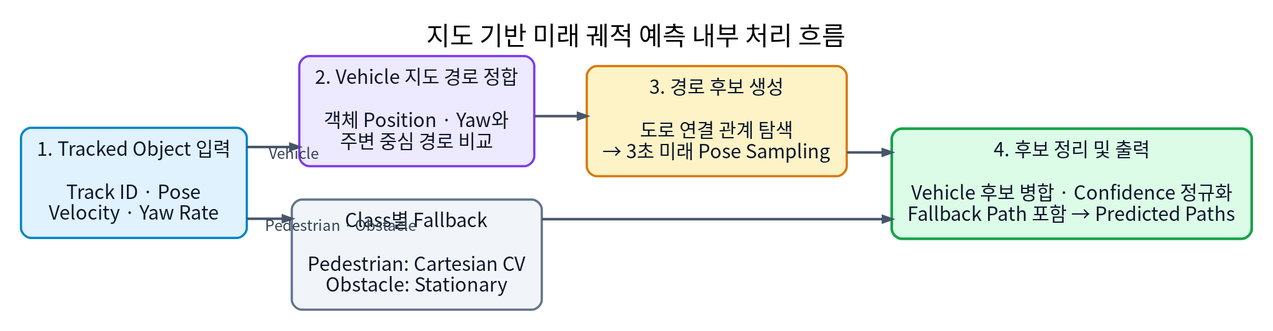
2026-Ajou-AutoRacing-Study/AjouNice2026 keeps this Graphviz diagram as docs/assets/research_report/map_based_prediction_flow.png. Above is the earlier version. Its source is kept beside it as docs/assets/research_report/map_based_prediction_flow.dot. The source it was exported from:
```dot
digraph MapBasedPredictionFlow {
  graph [
    rankdir=LR,
    bgcolor="white",
    pad="0.35",
    nodesep="0.55",
    ranksep="0.75",
    splines=ortho,
    fontname="Noto Sans CJK KR",
    fontsize=31,
    labelloc=t,
    label="지도 기반 미래 궤적 예측 내부 처리 흐름"
  ];

  node [
    shape=box,
    style="rounded,filled",
    penwidth=2.7,
    margin="0.27,0.21",
    fontname="Noto Sans CJK KR",
    fontsize=23,
    color="#334155",
    fontcolor="#0F172A"
  ];

  edge [
    color="#475569",
    penwidth=3.0,
    arrowsize=1.05,
    fontname="Noto Sans CJK KR",
    fontsize=18,
    fontcolor="#334155"
  ];

  tracked [
    label="1. Tracked Object 입력\n\nTrack ID · Pose\nVelocity · Yaw Rate",
    fillcolor="#E0F2FE",
    color="#0284C7"
  ];

  matching [
    label="2. Vehicle 지도 경로 정합\n\n객체 Position · Yaw와\n주변 중심 경로 비교",
    fillcolor="#EDE9FE",
    color="#7C3AED"
  ];

  fallback [
    label="Class별 Fallback\n\nPedestrian: Cartesian CV\nObstacle: Stationary",
    fillcolor="#F1F5F9",
    color="#64748B"
  ];

  generation [
    label="3. 경로 후보 생성\n\n도로 연결 관계 탐색\n→ 3초 미래 Pose Sampling",
    fillcolor="#FEF3C7",
    color="#D97706"
  ];

  output [
    label="4. 후보 정리 및 출력\n\nVehicle 후보 병합 · Confidence 정규화\nFallback Path 포함 → Predicted Paths",
    fillcolor="#DCFCE7",
    color="#16A34A",
    penwidth=3.2
  ];

  tracked -> matching [xlabel="Vehicle"];
  tracked -> fallback [xlabel="Pedestrian · Obstacle"];
  matching -> generation;
  generation -> output;
  fallback -> output;

  {rank=same; matching; fallback;}
}
```
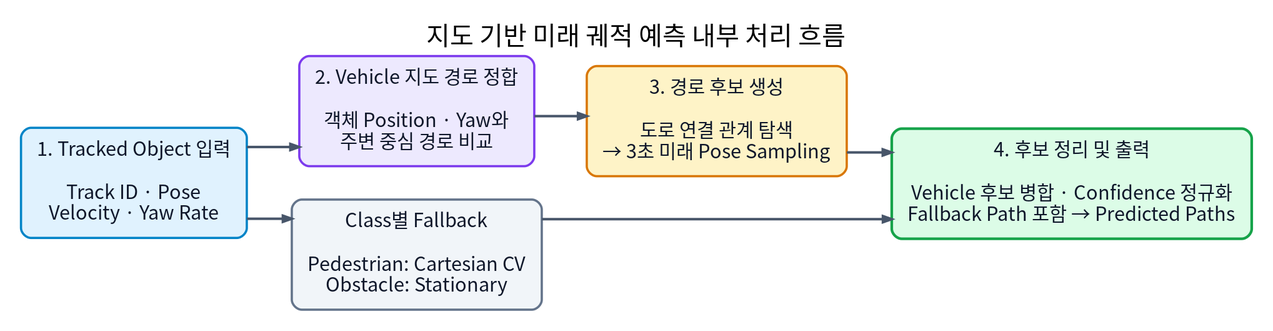
After the change.

Commit message:
docs: clarify constant-speed trajectory prediction

Diff of the diagram source:
```diff
@@ -63,8 +63,8 @@
     penwidth=3.2
   ];
 
-  tracked -> matching [xlabel="Vehicle"];
-  tracked -> fallback [xlabel="Pedestrian · Obstacle"];
+  tracked -> matching;
+  tracked -> fallback;
   matching -> generation;
   generation -> output;
   fallback -> output;
```
